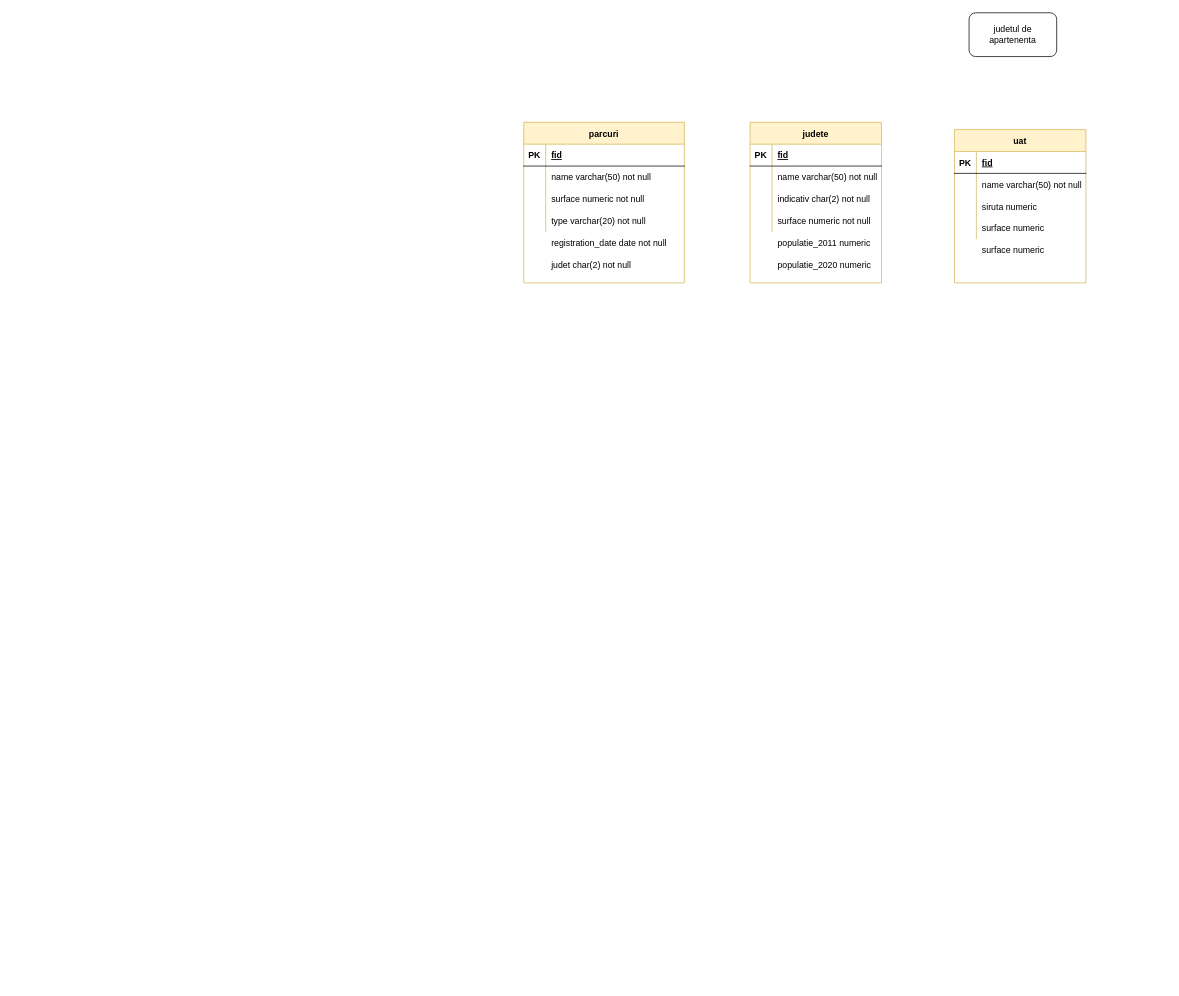
MecaAlex/db_modeling keeps this draw.io diagram as modelare_db1.drawio. Above is the earlier version. Source tidied: cells renumbered, new cells numbered last; positions are measured from the earlier drawing's top-left corner, leaving out a move shared by most shapes. Both pictures are drawn from the tidied source at 73%, with x=0, y=0 at pixel (523, 12).
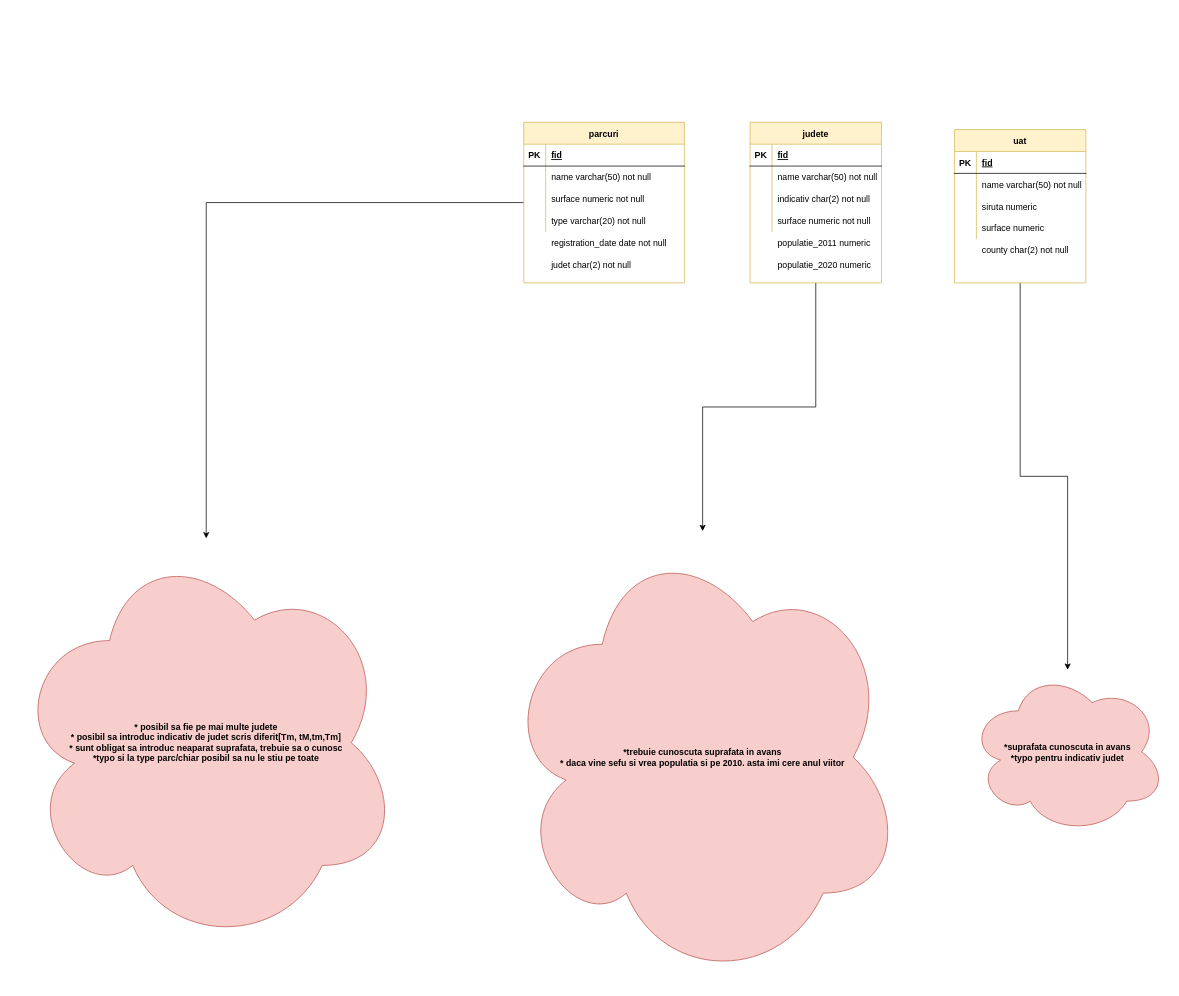
Above is the later version.

Unchanged cells that the change refers to:
```xml
<mxCell id="2" value="parcuri" style="shape=table;startSize=30;childLayout=tableLayout;rowLines=0;fontStyle=1;align=center;fillColor=#fff2cc;strokeColor=#d6b656;" parent="1" vertex="1">
  <mxGeometry y="150" width="220" height="220" as="geometry" />
</mxCell>
<mxCell id="20" value="judete" style="shape=table;startSize=30;childLayout=tableLayout;rowLines=0;fontStyle=1;align=center;fillColor=#fff2cc;strokeColor=#d6b656;" parent="1" vertex="1">
  <mxGeometry x="310" y="150" width="180" height="220" as="geometry" />
</mxCell>
<mxCell id="35" value="uat" style="shape=table;startSize=30;childLayout=tableLayout;rowLines=0;fontStyle=1;align=center;fillColor=#fff2cc;strokeColor=#d6b656;" parent="1" vertex="1">
  <mxGeometry x="590" y="160" width="180" height="210" as="geometry" />
</mxCell>
```

Change to the diagram source:
```diff
@@
+    <mxCell id="49" style="edgeStyle=orthogonalEdgeStyle;rounded=0;jettySize=auto;html=1;" parent="1" edge="1" source="2" target="52">
+      <mxGeometry relative="1" as="geometry" />
+    </mxCell>
@@
-    <mxCell id="19" value="judetul de apartenenta" style="rounded=1;whiteSpace=wrap;html=1;" parent="1" vertex="1">
-      <mxGeometry x="610" width="120" height="60" as="geometry" />
-    </mxCell>
+    <mxCell id="50" style="edgeStyle=orthogonalEdgeStyle;rounded=0;jettySize=auto;html=1;" parent="1" edge="1" source="20" target="53">
+      <mxGeometry relative="1" as="geometry" />
+    </mxCell>
@@
+    <mxCell id="51" style="edgeStyle=orthogonalEdgeStyle;rounded=0;jettySize=auto;html=1;" parent="1" edge="1" source="35" target="54">
+      <mxGeometry relative="1" as="geometry" />
+    </mxCell>
@@
-    <mxCell id="48" value="surface numeric" style="shape=partialRectangle;fillColor=none;top=0;left=0;bottom=0;right=0;align=left;spacingLeft=6;overflow=hidden;" parent="1" vertex="1">
+    <mxCell id="48" value="county char(2) not null" style="shape=partialRectangle;fillColor=none;top=0;left=0;bottom=0;right=0;align=left;spacingLeft=6;overflow=hidden;" parent="1" vertex="1">
       <mxGeometry x="620" y="310" width="150" height="30" as="geometry" />
     </mxCell>
+    <mxCell id="52" value="* posibil sa fie pe mai multe judete&lt;br&gt;* posibil sa introduc indicativ de judet scris diferit[Tm, tM,tm,Tm]&lt;br&gt;* sunt obligat sa introduc neaparat suprafata, trebuie sa o cunosc&lt;br&gt;*typo si la type parc/chiar posibil sa nu le stiu pe toate" style="ellipse;shape=cloud;whiteSpace=wrap;html=1;fillColor=#f8cecc;strokeColor=#b85450;startSize=30;fontStyle=1;" parent="1" vertex="1">
+      <mxGeometry x="-700" y="720" width="530" height="560" as="geometry" />
+    </mxCell>
+    <mxCell id="53" value="*trebuie cunoscuta suprafata in avans&lt;br&gt;* daca vine sefu si vrea populatia si pe 2010. asta imi cere anul viitor" style="ellipse;shape=cloud;whiteSpace=wrap;html=1;fillColor=#f8cecc;strokeColor=#b85450;startSize=30;fontStyle=1;" parent="1" vertex="1">
+      <mxGeometry x="-30" y="710" width="550" height="620" as="geometry" />
+    </mxCell>
+    <mxCell id="54" value="*suprafata cunoscuta in avans&lt;br&gt;*typo pentru indicativ judet" style="ellipse;shape=cloud;whiteSpace=wrap;html=1;fillColor=#f8cecc;strokeColor=#b85450;startSize=30;fontStyle=1;" parent="1" vertex="1">
+      <mxGeometry x="610" y="900" width="270" height="225" as="geometry" />
+    </mxCell>
```
